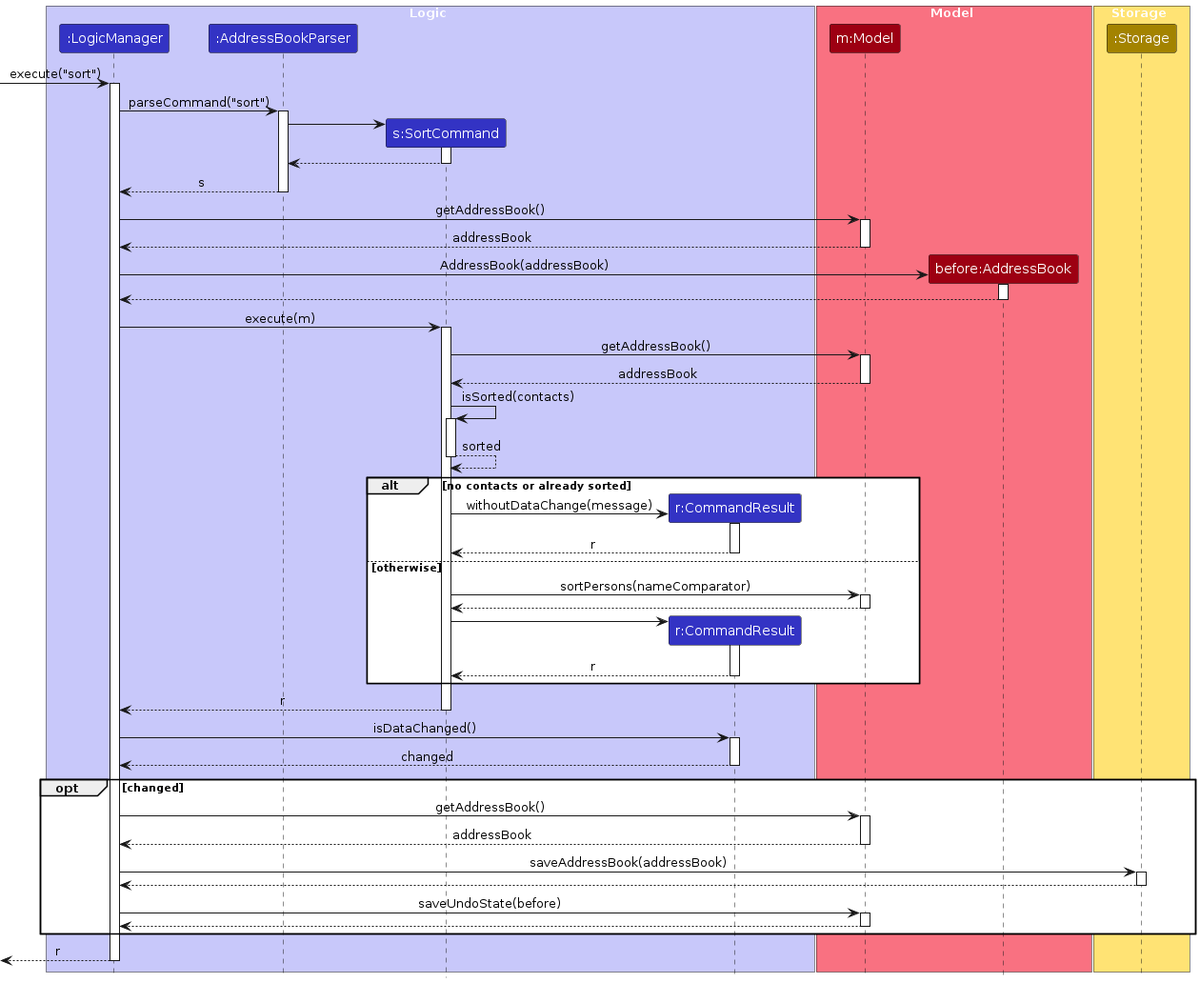
Before: diagrams/SortSequenceDiagram.png, a diagram exported from PlantUML (AY2627S1-CS2103T-W14-2/tp). Its source is kept beside it as diagrams/SortSequenceDiagram.puml.
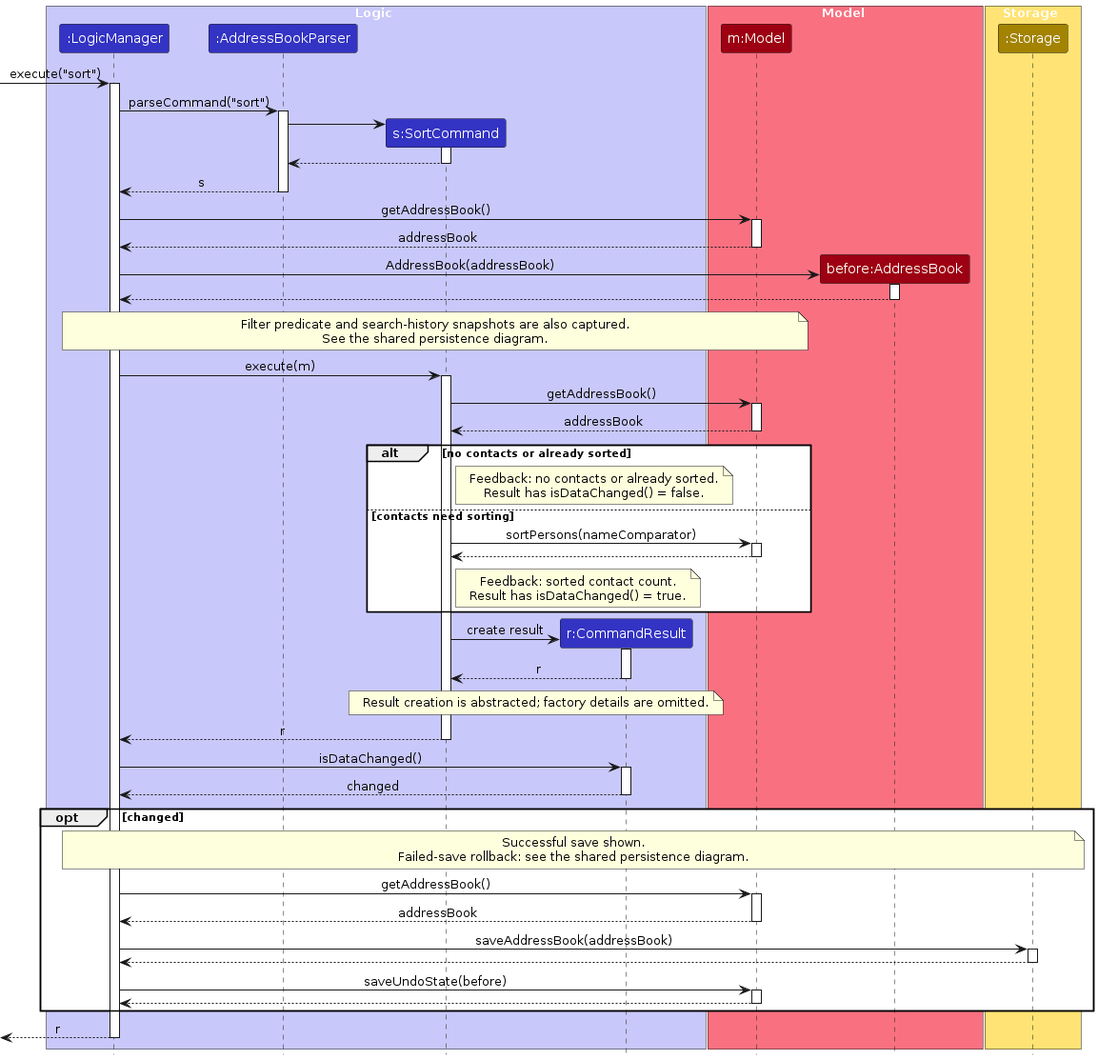
Above is the later version.

The edit, as a diff of the source:
```diff
@@ -44,6 +44,11 @@
 Before --> LogicManager
 deactivate Before
 
+note over LogicManager, Model
+    Filter predicate and search-history snapshots are also captured.
+    See the shared persistence diagram.
+end note
+
 LogicManager -> SortCommand : execute(m)
 activate SortCommand
 
@@ -52,29 +57,30 @@
 Model --> SortCommand : addressBook
 deactivate Model
 
-SortCommand -> SortCommand : isSorted(contacts)
-activate SortCommand
-SortCommand --> SortCommand : sorted
-deactivate SortCommand
-
 alt no contacts or already sorted
-    create CommandResult
-    SortCommand -> CommandResult : withoutDataChange(message)
-    activate CommandResult
-    CommandResult --> SortCommand : r
-    deactivate CommandResult
-else otherwise
+    note right of SortCommand
+        Feedback: no contacts or already sorted.
+        Result has isDataChanged() = false.
+    end note
+else contacts need sorting
     SortCommand -> Model : sortPersons(nameComparator)
     activate Model
     Model --> SortCommand
     deactivate Model
+    note right of SortCommand
+        Feedback: sorted contact count.
+        Result has isDataChanged() = true.
+    end note
+end
 
-    create CommandResult
-    SortCommand -> CommandResult
-    activate CommandResult
-    CommandResult --> SortCommand : r
-    deactivate CommandResult
-end
+create CommandResult
+SortCommand -> CommandResult : create result
+activate CommandResult
+CommandResult --> SortCommand : r
+deactivate CommandResult
+note over SortCommand, CommandResult
+    Result creation is abstracted; factory details are omitted.
+end note
 SortCommand --> LogicManager : r
 deactivate SortCommand
 
@@ -84,6 +90,11 @@
 deactivate CommandResult
 
 opt changed
+    note over LogicManager, Storage
+        Successful save shown.
+        Failed-save rollback: see the shared persistence diagram.
+    end note
+
     LogicManager -> Model : getAddressBook()
     activate Model
     Model --> LogicManager : addressBook
```
